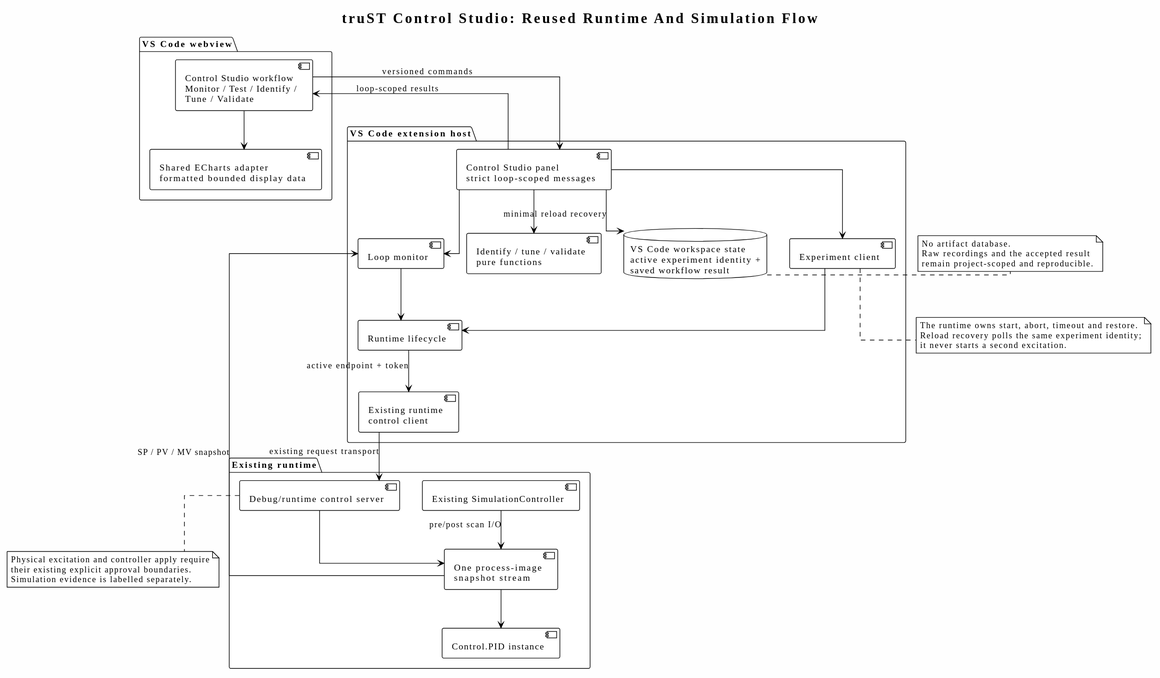
Earlier version of the PlantUML export docs/diagrams/generated/control-studio.svg (johannesPettersson80/trust-platform). Source of this version:
```plantuml
@startuml
!theme plain
skinparam backgroundColor #FEFEFE
skinparam componentStyle uml2
skinparam linetype ortho

title truST Control Studio: Reused Runtime And Simulation Flow

package "VS Code webview" {
  component "Control Studio workflow\nMonitor / Test / Identify /\nTune / Validate" as workflow
  component "Shared ECharts adapter\nformatted bounded display data" as charts
}

package "VS Code extension host" {
  component "Control Studio panel\nstrict loop-scoped messages" as panel
  component "Loop monitor" as monitor
  component "Experiment client" as experiment
  component "Identify / tune / validate\npure functions" as analysis
  component "Runtime lifecycle" as lifecycle
  component "Existing runtime\ncontrol client" as client
  database "VS Code workspace state\nactive experiment identity +\nsaved workflow result" as workspace_state
}

package "Existing runtime" {
  component "Debug/runtime control server" as control
  component "One process-image\nsnapshot stream" as process_image
  component "Existing SimulationController" as simulation
  component "Control.PID instance" as pid
}

workflow --> panel : versioned commands
panel --> workflow : loop-scoped results
workflow --> charts
panel --> monitor
panel --> experiment
panel --> analysis
panel --> workspace_state : minimal reload recovery
monitor --> lifecycle
experiment --> lifecycle
lifecycle --> client : active endpoint + token
client --> control : existing request transport
control --> process_image
process_image --> monitor : SP / PV / MV snapshot
process_image --> pid
simulation --> process_image : pre/post scan I/O

note right of workspace_state
No artifact database.
Raw recordings and the accepted result
remain project-scoped and reproducible.
end note

note bottom of experiment
The runtime owns start, abort, timeout and restore.
Reload recovery polls the same experiment identity;
it never starts a second excitation.
end note

note bottom of control
Physical excitation and controller apply require
their existing explicit approval boundaries.
Simulation evidence is labelled separately.
end note
@enduml
```
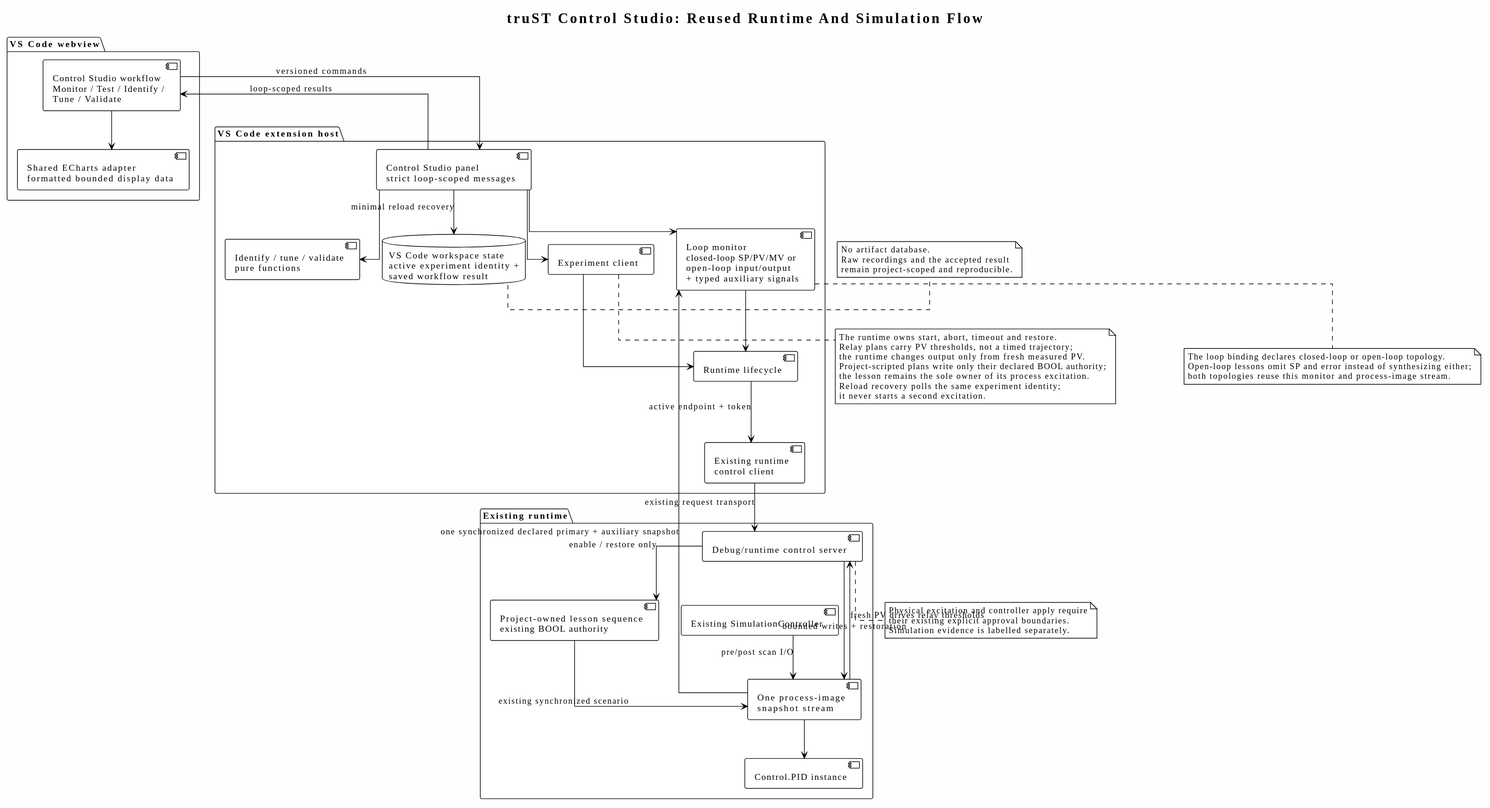
After the commit.

The edit, as a diff of the source:
```diff
@@ -13,7 +13,7 @@
 
 package "VS Code extension host" {
   component "Control Studio panel\nstrict loop-scoped messages" as panel
-  component "Loop monitor" as monitor
+  component "Loop monitor\nclosed-loop SP/PV/MV or\nopen-loop input/output\n+ typed auxiliary signals" as monitor
   component "Experiment client" as experiment
   component "Identify / tune / validate\npure functions" as analysis
   component "Runtime lifecycle" as lifecycle
@@ -24,6 +24,7 @@
 package "Existing runtime" {
   component "Debug/runtime control server" as control
   component "One process-image\nsnapshot stream" as process_image
+  component "Project-owned lesson sequence\nexisting BOOL authority" as project_sequence
   component "Existing SimulationController" as simulation
   component "Control.PID instance" as pid
 }
@@ -39,8 +40,11 @@
 experiment --> lifecycle
 lifecycle --> client : active endpoint + token
 client --> control : existing request transport
-control --> process_image
-process_image --> monitor : SP / PV / MV snapshot
+control --> process_image : bounded writes + restoration
+control --> project_sequence : enable / restore only
+project_sequence --> process_image : existing synchronized scenario
+process_image --> control : fresh PV drives relay thresholds
+process_image --> monitor : one synchronized declared primary + auxiliary snapshot
 process_image --> pid
 simulation --> process_image : pre/post scan I/O
 
@@ -52,8 +56,18 @@
 
 note bottom of experiment
 The runtime owns start, abort, timeout and restore.
+Relay plans carry PV thresholds, not a timed trajectory;
+the runtime changes output only from fresh measured PV.
+Project-scripted plans write only their declared BOOL authority;
+the lesson remains the sole owner of its process excitation.
 Reload recovery polls the same experiment identity;
 it never starts a second excitation.
+end note
+
+note bottom of monitor
+The loop binding declares closed-loop or open-loop topology.
+Open-loop lessons omit SP and error instead of synthesizing either;
+both topologies reuse this monitor and process-image stream.
 end note
 
 note bottom of control
```
